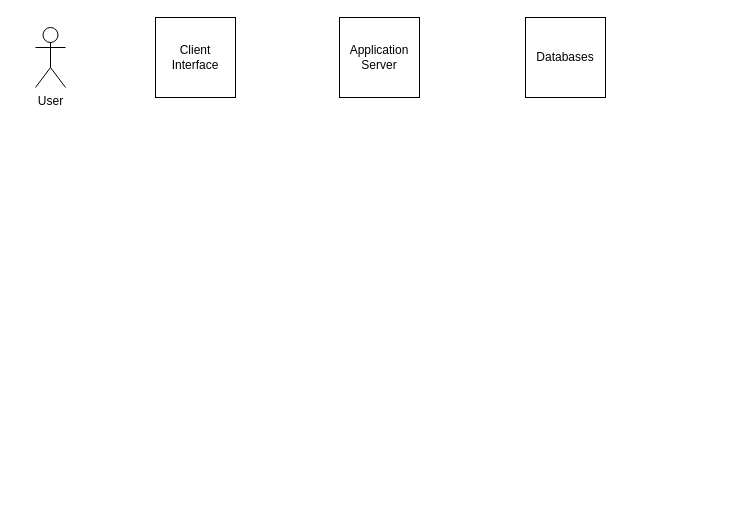
Before: page "SD User Habit Checkin" (1 of 4) of sequence.drawio in anthony-som/usecase, a draw.io diagram. Source tidied: cells renumbered, new cells numbered last; positions are measured from the earlier drawing's top-left corner, leaving out a move shared by most shapes. Both pictures are drawn from the tidied source at 100%, with x=0, y=0 at pixel (35, 17).
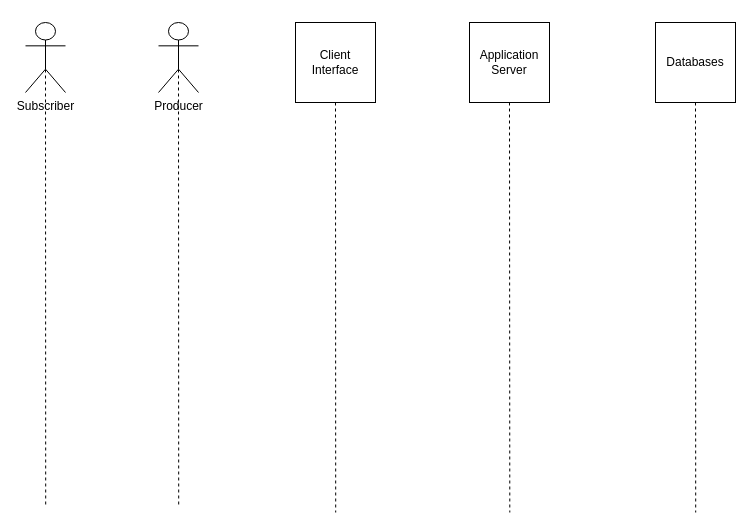
The same diagram, later.

What changed in the source:
```diff
@@
 <mxGraphModel>
   <root>
     <mxCell id="0" />
     <mxCell id="1" parent="0" />
+    <mxCell id="6" style="rounded=0;jettySize=auto;html=1;exitX=0.5;exitY=0.5;exitDx=0;exitDy=0;exitPerimeter=0;endArrow=none;endFill=0;dashed=1;" parent="1" edge="1" source="2">
+      <mxGeometry relative="1" as="geometry">
+        <mxPoint x="10.2" y="490" as="targetPoint" />
+      </mxGeometry>
+    </mxCell>
-    <mxCell id="2" value="User" style="shape=umlActor;verticalLabelPosition=bottom;verticalAlign=top;html=1;" parent="1" vertex="1">
-      <mxGeometry y="10" width="30" height="60" as="geometry" />
+    <mxCell id="2" value="Subscriber" style="shape=umlActor;verticalLabelPosition=bottom;verticalAlign=top;html=1;" parent="1" vertex="1">
+      <mxGeometry x="-10" y="5" width="40" height="70" as="geometry" />
     </mxCell>
+    <mxCell id="7" style="rounded=0;jettySize=auto;html=1;exitX=0.5;exitY=1;exitDx=0;exitDy=0;endArrow=none;endFill=0;dashed=1;" parent="1" edge="1" source="3">
+      <mxGeometry relative="1" as="geometry">
+        <mxPoint x="300.2" y="495" as="targetPoint" />
+      </mxGeometry>
+    </mxCell>
     <mxCell id="3" value="Client Interface" style="whiteSpace=wrap;html=1;" parent="1" vertex="1">
-      <mxGeometry x="120" width="80" height="80" as="geometry" />
+      <mxGeometry x="260" y="5" width="80" height="80" as="geometry" />
     </mxCell>
+    <mxCell id="8" style="rounded=0;jettySize=auto;html=1;exitX=0.5;exitY=1;exitDx=0;exitDy=0;endArrow=none;endFill=0;dashed=1;" parent="1" edge="1" source="4">
+      <mxGeometry relative="1" as="geometry">
+        <mxPoint x="474.3" y="495" as="targetPoint" />
+      </mxGeometry>
+    </mxCell>
     <mxCell id="4" value="Application Server" style="whiteSpace=wrap;html=1;" parent="1" vertex="1">
-      <mxGeometry x="304" width="80" height="80" as="geometry" />
+      <mxGeometry x="434" y="5" width="80" height="80" as="geometry" />
     </mxCell>
+    <mxCell id="9" style="rounded=0;jettySize=auto;html=1;exitX=0.5;exitY=1;exitDx=0;exitDy=0;endArrow=none;endFill=0;dashed=1;" parent="1" edge="1" source="5">
+      <mxGeometry relative="1" as="geometry">
+        <mxPoint x="660.2" y="495" as="targetPoint" />
+      </mxGeometry>
+    </mxCell>
     <mxCell id="5" value="Databases" style="whiteSpace=wrap;html=1;" parent="1" vertex="1">
-      <mxGeometry x="490" width="80" height="80" as="geometry" />
+      <mxGeometry x="620" y="5" width="80" height="80" as="geometry" />
     </mxCell>
+    <mxCell id="10" style="rounded=0;jettySize=auto;html=1;exitX=0.5;exitY=0.5;exitDx=0;exitDy=0;exitPerimeter=0;endArrow=none;endFill=0;dashed=1;" parent="1" edge="1" source="11">
+      <mxGeometry relative="1" as="geometry">
+        <mxPoint x="143.2" y="490" as="targetPoint" />
+      </mxGeometry>
+    </mxCell>
+    <mxCell id="11" value="Producer" style="shape=umlActor;verticalLabelPosition=bottom;verticalAlign=top;html=1;" parent="1" vertex="1">
+      <mxGeometry x="123" y="5" width="40" height="70" as="geometry" />
+    </mxCell>
   </root>
 </mxGraphModel>
```
